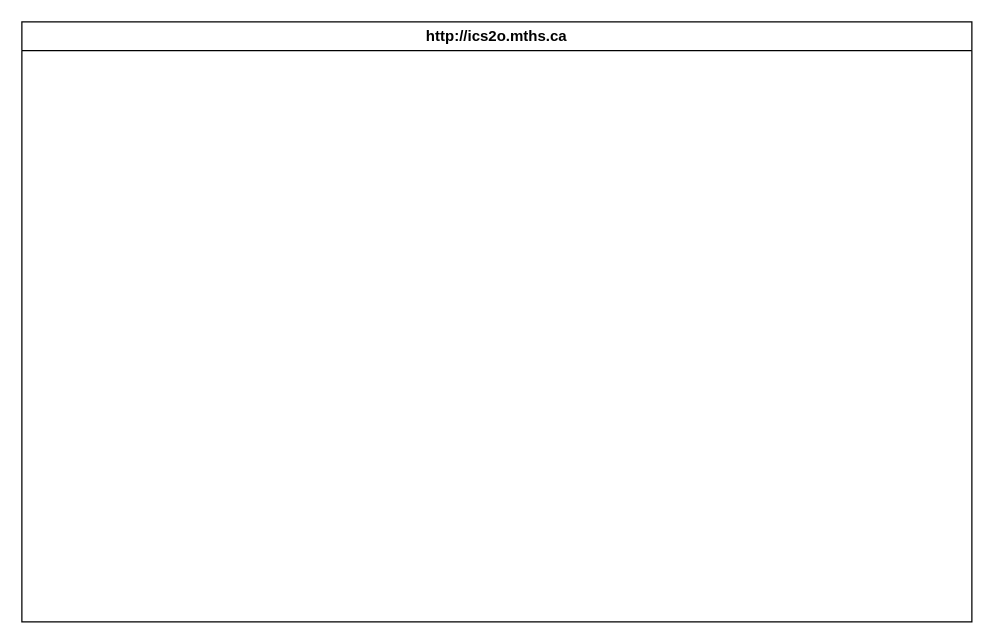
Above: design/storyboard.drawio in MTHS-ICS2O-2-2022/ICS2O-Unit-5-02-jakub-malhotra (draw.io), before the change. Source tidied: cells renumbered, new cells numbered last; positions are measured from the earlier drawing's top-left corner, leaving out a move shared by most shapes. Both pictures are drawn from the tidied source at 125%, with x=0, y=0 at pixel (21, 21).
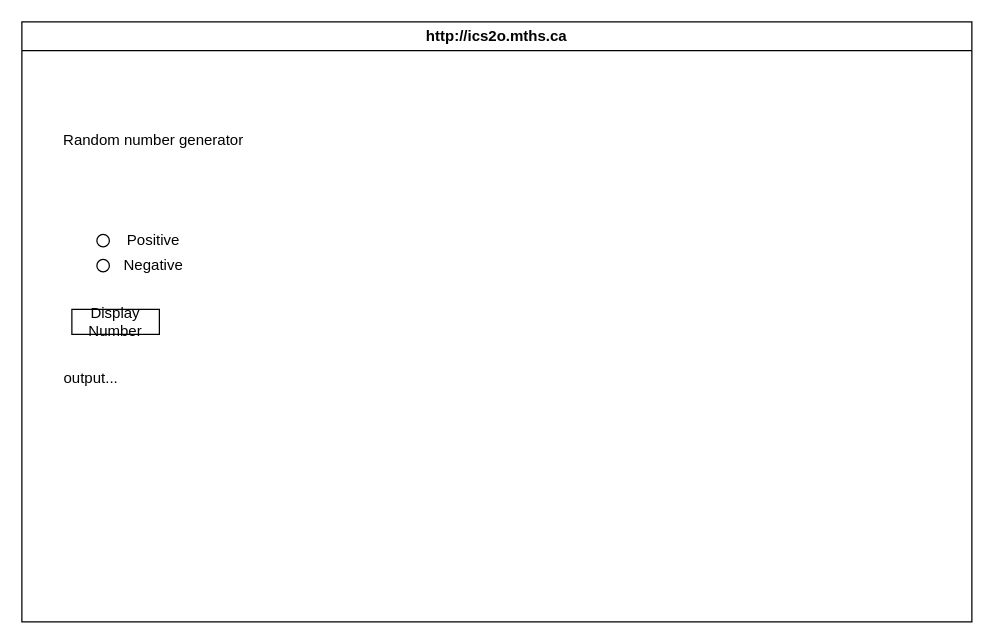
After the change.

The edit, as a diff of the source:
```diff
@@
 <mxGraphModel>
   <root>
     <mxCell id="0" />
     <mxCell id="1" parent="0" />
     <mxCell id="2" value="http://ics2o.mths.ca" style="swimlane;whiteSpace=wrap;html=1;" parent="1" vertex="1">
       <mxGeometry width="760" height="480" as="geometry" />
     </mxCell>
+    <mxCell id="3" style="ellipse;whiteSpace=wrap;html=1;direction=south;" parent="2" vertex="1">
+      <mxGeometry x="60" y="190" width="10" height="10" as="geometry" />
+    </mxCell>
+    <mxCell id="4" value="Negative" style="text;html=1;align=center;verticalAlign=middle;strokeColor=none;fillColor=none;" parent="2" vertex="1">
+      <mxGeometry x="70" y="180" width="70" height="30" as="geometry" />
+    </mxCell>
+    <mxCell id="5" value="Positive" style="text;html=1;align=center;verticalAlign=middle;strokeColor=none;fillColor=none;" parent="2" vertex="1">
+      <mxGeometry x="70" y="160" width="70" height="30" as="geometry" />
+    </mxCell>
+    <mxCell id="6" value="Display Number" style="whiteSpace=wrap;html=1;" parent="2" vertex="1">
+      <mxGeometry x="40" y="230" width="70" height="20" as="geometry" />
+    </mxCell>
+    <mxCell id="7" value="output..." style="text;html=1;align=center;verticalAlign=middle;strokeColor=none;fillColor=none;" parent="2" vertex="1">
+      <mxGeometry x="20" y="270" width="70" height="30" as="geometry" />
+    </mxCell>
+    <mxCell id="8" value="Random number generator" style="text;html=1;align=center;verticalAlign=middle;strokeColor=none;fillColor=none;" parent="2" vertex="1">
+      <mxGeometry x="20" y="80" width="170" height="30" as="geometry" />
+    </mxCell>
+    <mxCell id="9" style="ellipse;whiteSpace=wrap;html=1;direction=south;" parent="1" vertex="1">
+      <mxGeometry x="60" y="170" width="10" height="10" as="geometry" />
+    </mxCell>
   </root>
 </mxGraphModel>
```
